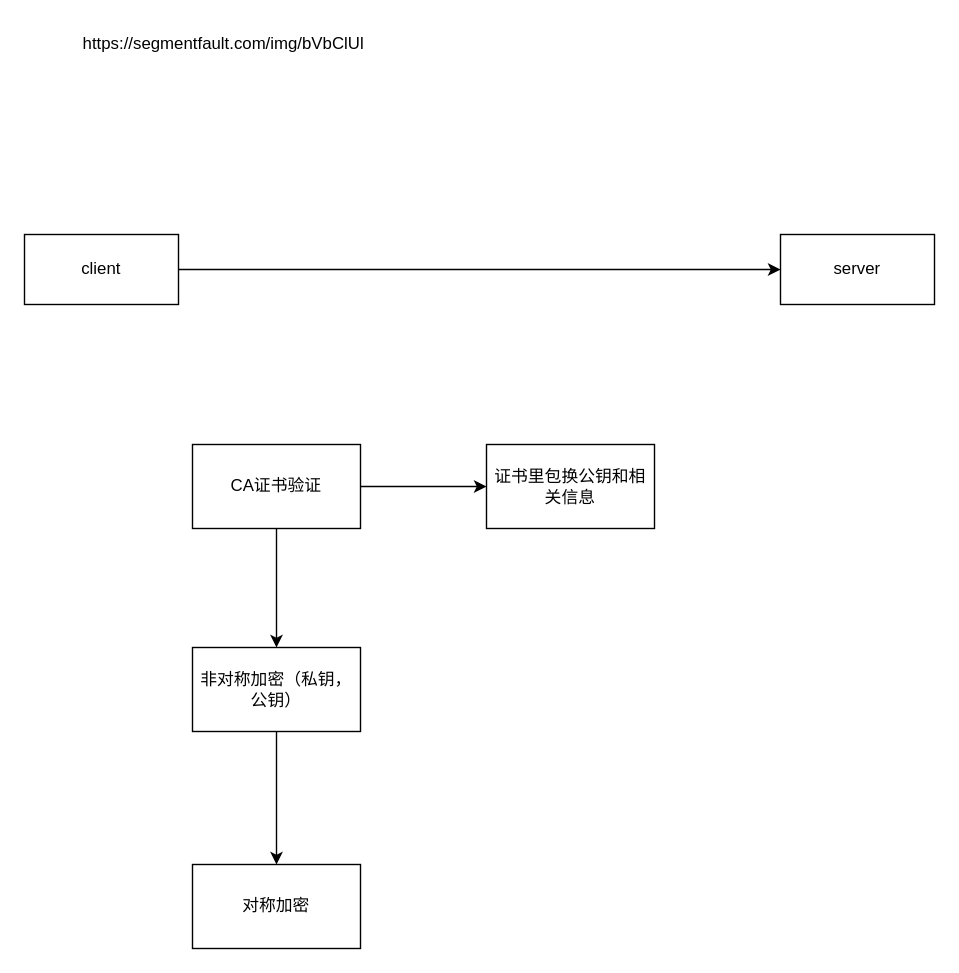
The draw.io diagram https.drawio in w1041660542/draw.io, before the edit. Source tidied: cells renumbered, new cells numbered last; positions are measured from the earlier drawing's top-left corner, leaving out a move shared by most shapes. Both pictures are drawn from the tidied source at 140%, with x=0, y=0 at pixel (24, 24).
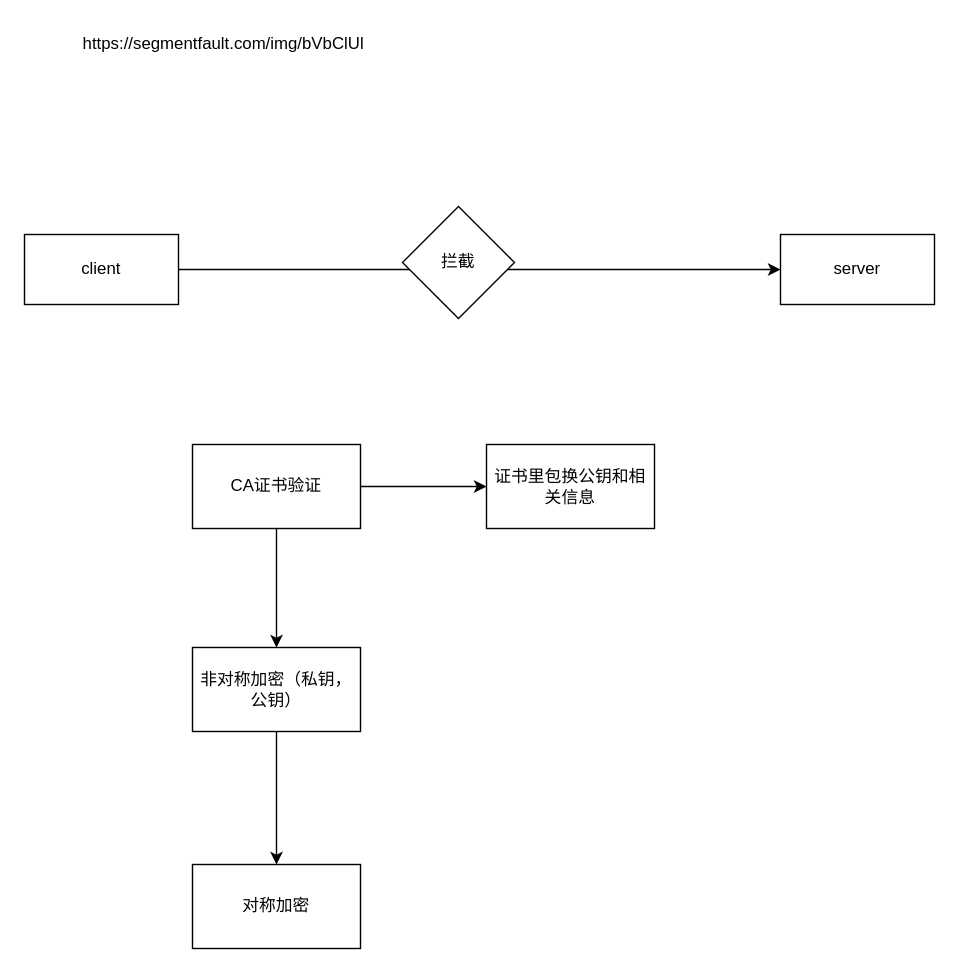
The same page after the edit.

Change to the diagram source:
```diff
@@
 <mxGraphModel>
   <root>
     <mxCell id="0" />
     <mxCell id="1" parent="0" />
     <mxCell id="2" style="edgeStyle=orthogonalEdgeStyle;rounded=0;jettySize=auto;html=1;" parent="1" edge="1" source="3">
       <mxGeometry relative="1" as="geometry">
         <mxPoint x="540" y="175" as="targetPoint" />
       </mxGeometry>
     </mxCell>
     <mxCell id="3" value="client" style="rounded=0;whiteSpace=wrap;html=1;" parent="1" vertex="1">
       <mxGeometry y="150" width="110" height="50" as="geometry" />
     </mxCell>
     <mxCell id="4" value="server" style="rounded=0;whiteSpace=wrap;html=1;" parent="1" vertex="1">
       <mxGeometry x="540" y="150" width="110" height="50" as="geometry" />
     </mxCell>
     <mxCell id="5" value="https://segmentfault.com/img/bVbClUl" style="text;whiteSpace=wrap;html=1;" parent="1" vertex="1">
       <mxGeometry x="40" width="230" height="40" as="geometry" />
     </mxCell>
     <mxCell id="6" style="edgeStyle=orthogonalEdgeStyle;rounded=0;jettySize=auto;html=1;" parent="1" edge="1" source="8" target="10">
       <mxGeometry relative="1" as="geometry" />
     </mxCell>
     <mxCell id="7" style="edgeStyle=orthogonalEdgeStyle;rounded=0;jettySize=auto;html=1;" parent="1" edge="1" source="8">
       <mxGeometry relative="1" as="geometry">
         <mxPoint x="330" y="330" as="targetPoint" />
       </mxGeometry>
     </mxCell>
     <mxCell id="8" value="CA证书验证" style="rounded=0;whiteSpace=wrap;html=1;" parent="1" vertex="1">
       <mxGeometry x="120" y="300" width="120" height="60" as="geometry" />
     </mxCell>
     <mxCell id="9" style="edgeStyle=orthogonalEdgeStyle;rounded=0;jettySize=auto;html=1;" parent="1" edge="1" source="10">
       <mxGeometry relative="1" as="geometry">
         <mxPoint x="180" y="600" as="targetPoint" />
       </mxGeometry>
     </mxCell>
     <mxCell id="10" value="非对称加密（私钥，公钥）" style="rounded=0;whiteSpace=wrap;html=1;" parent="1" vertex="1">
       <mxGeometry x="120" y="445" width="120" height="60" as="geometry" />
     </mxCell>
     <mxCell id="11" value="证书里包换公钥和相关信息" style="rounded=0;whiteSpace=wrap;html=1;" parent="1" vertex="1">
       <mxGeometry x="330" y="300" width="120" height="60" as="geometry" />
     </mxCell>
     <mxCell id="12" value="对称加密" style="rounded=0;whiteSpace=wrap;html=1;" parent="1" vertex="1">
       <mxGeometry x="120" y="600" width="120" height="60" as="geometry" />
     </mxCell>
+    <mxCell id="13" value="拦截" style="rhombus;whiteSpace=wrap;html=1;" parent="1" vertex="1">
+      <mxGeometry x="270" y="130" width="80" height="80" as="geometry" />
+    </mxCell>
   </root>
 </mxGraphModel>
```
